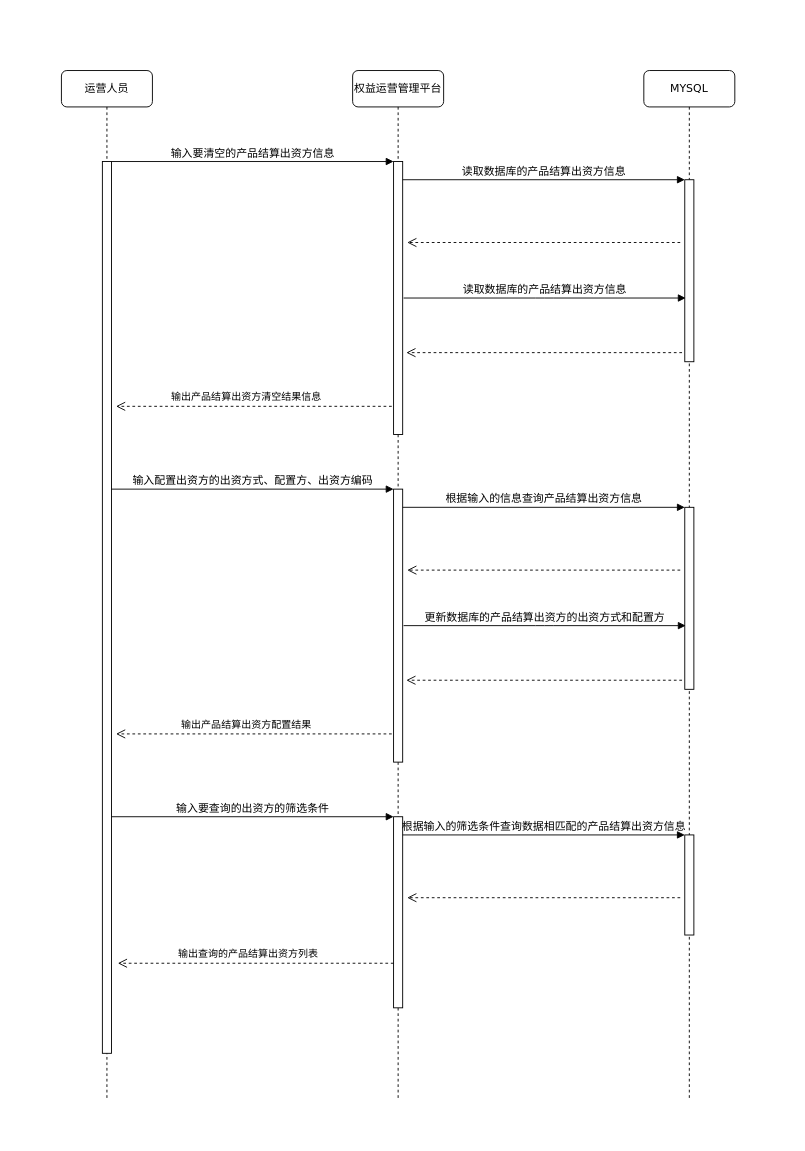
The draw.io diagram page "产品结算出资方清空配置" (1 of 9) of COSMIC.drawio in moshan123/draw, before the edit. Source tidied: cells renumbered, new cells numbered last; positions are measured from the earlier drawing's top-left corner, leaving out a move shared by most shapes. Both pictures are drawn from the tidied source at 91%, with x=0, y=0 at pixel (61, 70).
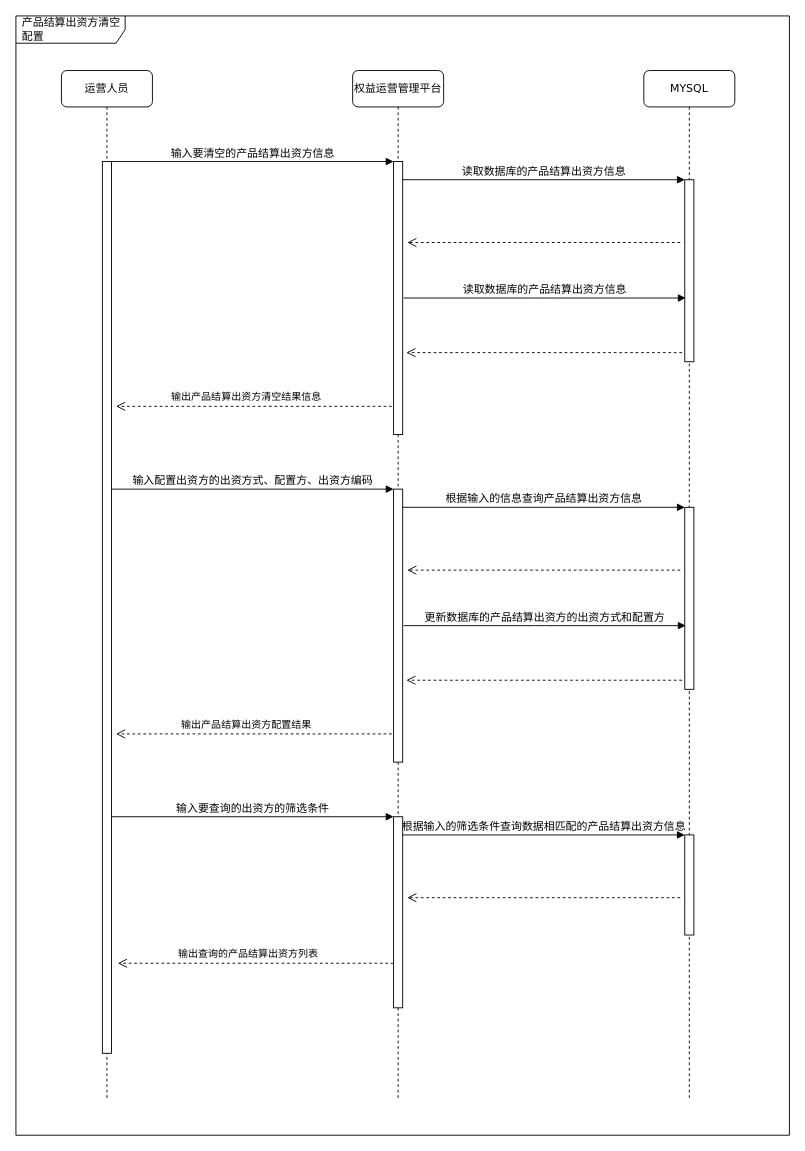
After the change.

What changed in the source:
```diff
@@
+    <mxCell id="31" value="产品结算出资方清空配置" style="shape=umlFrame;whiteSpace=wrap;html=1;width=120;height=30;boundedLbl=1;verticalAlign=middle;align=left;spacingLeft=5;" parent="1" vertex="1">
+      <mxGeometry x="-50" y="-60" width="850" height="1230" as="geometry" />
+    </mxCell>
```
